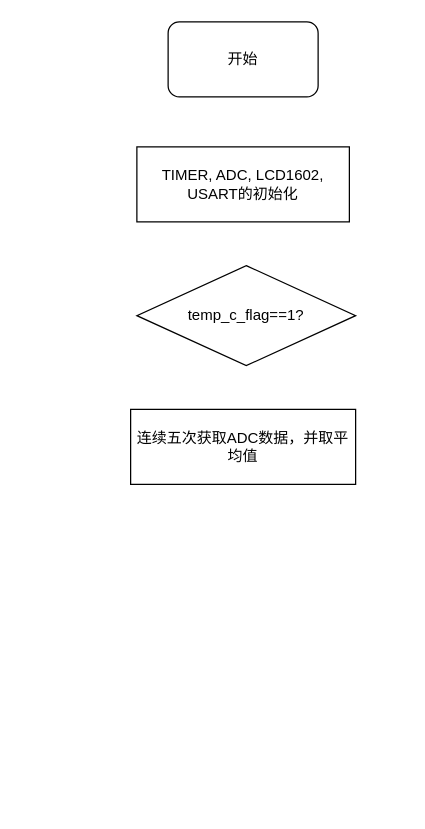
Earlier version of the draw.io diagram drawio/run_flow.drawio (nations-Xiong/image_bed). Source tidied: cells renumbered, new cells numbered last; positions are measured from the earlier drawing's top-left corner, leaving out a move shared by most shapes. Both pictures are drawn from the tidied source at 125%, with x=0, y=0 at pixel (130, 21).
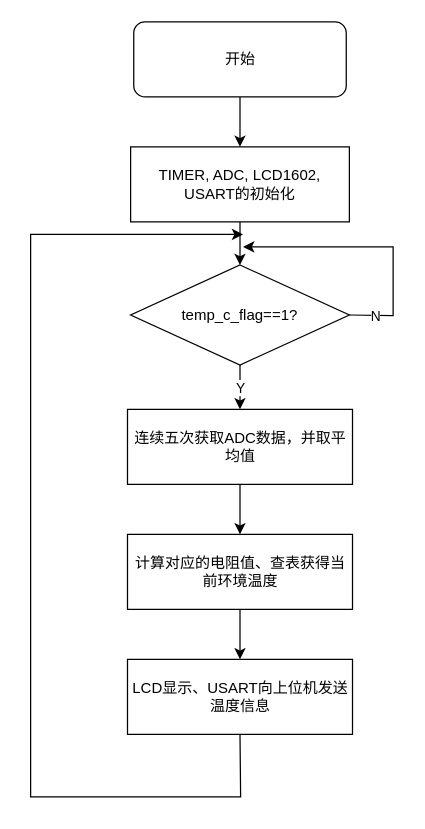
The same diagram, later.

The edit, as a diff of the source:
```diff
@@
     <mxCell id="2" value="开始" style="rounded=1;whiteSpace=wrap;html=1;" parent="1" vertex="1">
-      <mxGeometry x="30" width="120" height="60" as="geometry" />
+      <mxGeometry x="2.5" width="170" height="60" as="geometry" />
     </mxCell>
     <mxCell id="3" value="TIMER, ADC, LCD1602, USART的初始化" style="rounded=0;whiteSpace=wrap;html=1;" parent="1" vertex="1">
-      <mxGeometry x="5" y="100" width="170" height="60" as="geometry" />
+      <mxGeometry y="100" width="175" height="60" as="geometry" />
     </mxCell>
     <mxCell id="4" value="temp_c_flag==1?" style="rhombus;whiteSpace=wrap;html=1;" parent="1" vertex="1">
-      <mxGeometry x="5" y="195" width="175" height="80" as="geometry" />
+      <mxGeometry y="194.5" width="175" height="80" as="geometry" />
     </mxCell>
     <mxCell id="5" value="连续五次获取ADC数据，并取平均值" style="rounded=0;whiteSpace=wrap;html=1;" parent="1" vertex="1">
-      <mxGeometry y="310" width="180" height="60" as="geometry" />
+      <mxGeometry x="-2.5" y="310" width="180" height="60" as="geometry" />
     </mxCell>
+    <mxCell id="6" value="计算对应的电阻值、查表获得当前环境温度" style="rounded=0;whiteSpace=wrap;html=1;" parent="1" vertex="1">
+      <mxGeometry x="-2.5" y="410" width="180" height="60" as="geometry" />
+    </mxCell>
+    <mxCell id="7" style="endArrow=classic;html=1;rounded=0;exitX=0.5;exitY=1;exitDx=0;exitDy=0;entryX=0.5;entryY=0;entryDx=0;entryDy=0;" parent="1" edge="1" source="2" target="3">
+      <mxGeometry relative="1" as="geometry" />
+    </mxCell>
+    <mxCell id="8" style="endArrow=classic;html=1;rounded=0;exitX=0.5;exitY=1;exitDx=0;exitDy=0;entryX=0.5;entryY=0;entryDx=0;entryDy=0;" parent="1" edge="1" source="3" target="4">
+      <mxGeometry relative="1" as="geometry" />
+    </mxCell>
+    <mxCell id="9" style="endArrow=classic;html=1;rounded=0;exitX=0.5;exitY=1;exitDx=0;exitDy=0;entryX=0.5;entryY=0;entryDx=0;entryDy=0;" parent="1" edge="1" source="4" target="5">
+      <mxGeometry relative="1" as="geometry" />
+    </mxCell>
+    <mxCell id="10" value="Y" style="edgeLabel;html=1;align=center;verticalAlign=middle;" parent="9" vertex="1">
+      <mxGeometry relative="1" as="geometry" />
+    </mxCell>
+    <mxCell id="11" style="endArrow=classic;html=1;rounded=0;exitX=1;exitY=0.5;exitDx=0;exitDy=0;" parent="1" edge="1" source="4">
+      <mxGeometry relative="1" as="geometry">
+        <mxPoint x="90" y="180" as="targetPoint" />
+        <Array as="points">
+          <mxPoint x="210" y="235" />
+          <mxPoint x="210" y="180" />
+        </Array>
+      </mxGeometry>
+    </mxCell>
+    <mxCell id="12" value="N" style="edgeLabel;html=1;align=center;verticalAlign=middle;" parent="11" vertex="1">
+      <mxGeometry relative="1" as="geometry">
+        <mxPoint y="55" as="offset" />
+      </mxGeometry>
+    </mxCell>
+    <mxCell id="13" style="endArrow=classic;html=1;rounded=0;exitX=0.5;exitY=1;exitDx=0;exitDy=0;entryX=0.5;entryY=0;entryDx=0;entryDy=0;" parent="1" edge="1" source="5" target="6">
+      <mxGeometry relative="1" as="geometry" />
+    </mxCell>
+    <mxCell id="14" style="endArrow=classic;html=1;rounded=0;exitX=0.5;exitY=1;exitDx=0;exitDy=0;" parent="1" edge="1" source="15">
+      <mxGeometry relative="1" as="geometry">
+        <mxPoint x="90" y="170" as="targetPoint" />
+        <Array as="points">
+          <mxPoint x="88" y="620" />
+          <mxPoint y="620" />
+          <mxPoint x="-80" y="620" />
+          <mxPoint x="-80" y="170" />
+        </Array>
+      </mxGeometry>
+    </mxCell>
+    <mxCell id="15" value="LCD显示、USART向上位机发送温度信息" style="rounded=0;whiteSpace=wrap;html=1;" parent="1" vertex="1">
+      <mxGeometry x="-2.5" y="510" width="180" height="60" as="geometry" />
+    </mxCell>
+    <mxCell id="16" style="endArrow=classic;html=1;rounded=0;exitX=0.5;exitY=1;exitDx=0;exitDy=0;" parent="1" edge="1" source="6" target="15">
+      <mxGeometry relative="1" as="geometry" />
+    </mxCell>
```
